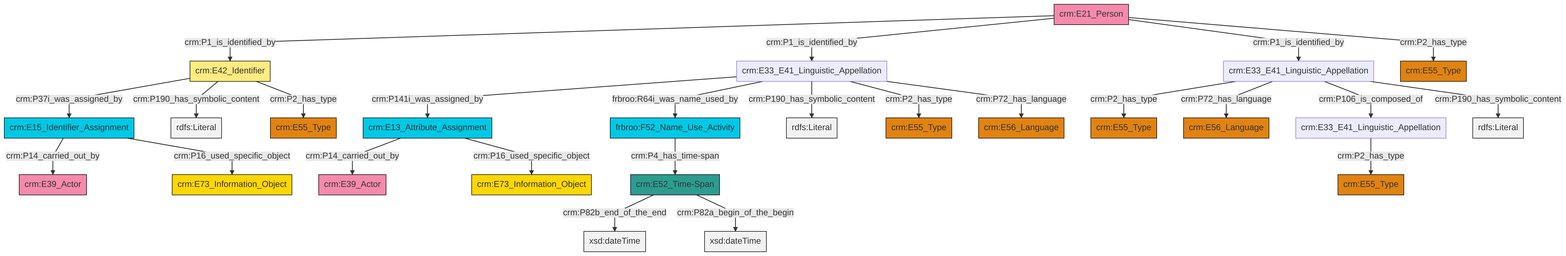
This is et/personCSV/ttl/mmd/png/Person_Names_and_Classification.png from swiss-art-research-net/docs.swissartresearch, a Mermaid export, as it was before one commit. Its source is kept beside it as et/personCSV/ttl/mmd/Person_Names_and_Classification.ttl.mmd.
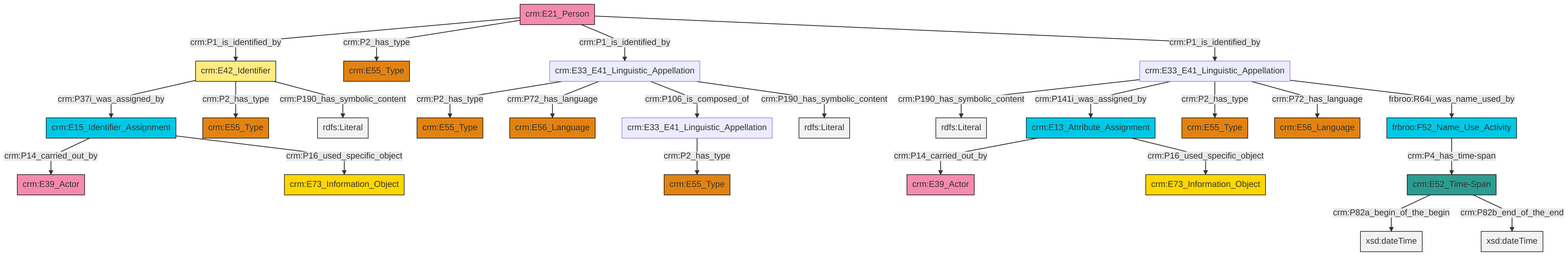
The same file after the commit.

The edit, as a diff of the source:
```diff
@@ -13,27 +13,27 @@
 classDef PC_Classes fill:#4ce600, stroke:#000000;
 classDef Multi fill:#cccccc,stroke:#000000;
 
-0["crm:E33_E41_Linguistic_Appellation"]:::Default -->|crm:P141i_was_assigned_by| 1["crm:E13_Attribute_Assignment"]:::Temporal_Entity
-10["crm:E15_Identifier_Assignment"]:::Temporal_Entity -->|crm:P14_carried_out_by| 11["crm:E39_Actor"]:::Actor
-0["crm:E33_E41_Linguistic_Appellation"]:::Default -->|frbroo:R64i_was_name_used_by| 12["frbroo:F52_Name_Use_Activity"]:::Temporal_Entity
-0["crm:E33_E41_Linguistic_Appellation"]:::Default -->|crm:P190_has_symbolic_content| 22[rdfs:Literal]:::Literal
-15["crm:E33_E41_Linguistic_Appellation"]:::Default -->|crm:P2_has_type| 13["crm:E55_Type"]:::Type
-2["crm:E33_E41_Linguistic_Appellation"]:::Default -->|crm:P2_has_type| 20["crm:E55_Type"]:::Type
-26["crm:E52_Time-Span"]:::Time-Span -->|crm:P82b_end_of_the_end| 30[xsd:dateTime]:::Literal
-28["crm:E42_Identifier"]:::Appellation -->|crm:P37i_was_assigned_by| 10["crm:E15_Identifier_Assignment"]:::Temporal_Entity
-28["crm:E42_Identifier"]:::Appellation -->|crm:P190_has_symbolic_content| 32[rdfs:Literal]:::Literal
-28["crm:E42_Identifier"]:::Appellation -->|crm:P2_has_type| 33["crm:E55_Type"]:::Type
-1["crm:E13_Attribute_Assignment"]:::Temporal_Entity -->|crm:P14_carried_out_by| 34["crm:E39_Actor"]:::Actor
-1["crm:E13_Attribute_Assignment"]:::Temporal_Entity -->|crm:P16_used_specific_object| 17["crm:E73_Information_Object"]:::Conceptual_Object
-26["crm:E52_Time-Span"]:::Time-Span -->|crm:P82a_begin_of_the_begin| 36[xsd:dateTime]:::Literal
-37["crm:E21_Person"]:::Actor -->|crm:P1_is_identified_by| 28["crm:E42_Identifier"]:::Appellation
-10["crm:E15_Identifier_Assignment"]:::Temporal_Entity -->|crm:P16_used_specific_object| 8["crm:E73_Information_Object"]:::Conceptual_Object
-15["crm:E33_E41_Linguistic_Appellation"]:::Default -->|crm:P72_has_language| 24["crm:E56_Language"]:::Type
-37["crm:E21_Person"]:::Actor -->|crm:P1_is_identified_by| 0["crm:E33_E41_Linguistic_Appellation"]:::Default
-0["crm:E33_E41_Linguistic_Appellation"]:::Default -->|crm:P2_has_type| 41["crm:E55_Type"]:::Type
-12["frbroo:F52_Name_Use_Activity"]:::Temporal_Entity -->|crm:P4_has_time-span| 26["crm:E52_Time-Span"]:::Time-Span
-0["crm:E33_E41_Linguistic_Appellation"]:::Default -->|crm:P72_has_language| 6["crm:E56_Language"]:::Type
-37["crm:E21_Person"]:::Actor -->|crm:P1_is_identified_by| 15["crm:E33_E41_Linguistic_Appellation"]:::Default
-37["crm:E21_Person"]:::Actor -->|crm:P2_has_type| 4["crm:E55_Type"]:::Type
-15["crm:E33_E41_Linguistic_Appellation"]:::Default -->|crm:P106_is_composed_of| 2["crm:E33_E41_Linguistic_Appellation"]:::Default
-15["crm:E33_E41_Linguistic_Appellation"]:::Default -->|crm:P190_has_symbolic_content| 46[rdfs:Literal]:::Literal
+2["crm:E33_E41_Linguistic_Appellation"]:::Default -->|crm:P190_has_symbolic_content| 3[rdfs:Literal]:::Literal
+4["crm:E42_Identifier"]:::Appellation -->|crm:P37i_was_assigned_by| 5["crm:E15_Identifier_Assignment"]:::Temporal_Entity
+5["crm:E15_Identifier_Assignment"]:::Temporal_Entity -->|crm:P14_carried_out_by| 6["crm:E39_Actor"]:::Actor
+9["frbroo:F52_Name_Use_Activity"]:::Temporal_Entity -->|crm:P4_has_time-span| 10["crm:E52_Time-Span"]:::Time-Span
+2["crm:E33_E41_Linguistic_Appellation"]:::Default -->|crm:P141i_was_assigned_by| 16["crm:E13_Attribute_Assignment"]:::Temporal_Entity
+2["crm:E33_E41_Linguistic_Appellation"]:::Default -->|crm:P2_has_type| 17["crm:E55_Type"]:::Type
+2["crm:E33_E41_Linguistic_Appellation"]:::Default -->|crm:P72_has_language| 18["crm:E56_Language"]:::Type
+7["crm:E33_E41_Linguistic_Appellation"]:::Default -->|crm:P2_has_type| 13["crm:E55_Type"]:::Type
+10["crm:E52_Time-Span"]:::Time-Span -->|crm:P82a_begin_of_the_begin| 27[xsd:dateTime]:::Literal
+7["crm:E33_E41_Linguistic_Appellation"]:::Default -->|crm:P72_has_language| 24["crm:E56_Language"]:::Type
+16["crm:E13_Attribute_Assignment"]:::Temporal_Entity -->|crm:P14_carried_out_by| 0["crm:E39_Actor"]:::Actor
+31["crm:E21_Person"]:::Actor -->|crm:P1_is_identified_by| 4["crm:E42_Identifier"]:::Appellation
+7["crm:E33_E41_Linguistic_Appellation"]:::Default -->|crm:P106_is_composed_of| 11["crm:E33_E41_Linguistic_Appellation"]:::Default
+7["crm:E33_E41_Linguistic_Appellation"]:::Default -->|crm:P190_has_symbolic_content| 33[rdfs:Literal]:::Literal
+31["crm:E21_Person"]:::Actor -->|crm:P2_has_type| 34["crm:E55_Type"]:::Type
+2["crm:E33_E41_Linguistic_Appellation"]:::Default -->|frbroo:R64i_was_name_used_by| 9["frbroo:F52_Name_Use_Activity"]:::Temporal_Entity
+4["crm:E42_Identifier"]:::Appellation -->|crm:P2_has_type| 19["crm:E55_Type"]:::Type
+16["crm:E13_Attribute_Assignment"]:::Temporal_Entity -->|crm:P16_used_specific_object| 22["crm:E73_Information_Object"]:::Conceptual_Object
+5["crm:E15_Identifier_Assignment"]:::Temporal_Entity -->|crm:P16_used_specific_object| 38["crm:E73_Information_Object"]:::Conceptual_Object
+4["crm:E42_Identifier"]:::Appellation -->|crm:P190_has_symbolic_content| 43[rdfs:Literal]:::Literal
+11["crm:E33_E41_Linguistic_Appellation"]:::Default -->|crm:P2_has_type| 36["crm:E55_Type"]:::Type
+31["crm:E21_Person"]:::Actor -->|crm:P1_is_identified_by| 7["crm:E33_E41_Linguistic_Appellation"]:::Default
+10["crm:E52_Time-Span"]:::Time-Span -->|crm:P82b_end_of_the_end| 45[xsd:dateTime]:::Literal
+31["crm:E21_Person"]:::Actor -->|crm:P1_is_identified_by| 2["crm:E33_E41_Linguistic_Appellation"]:::Default
```
